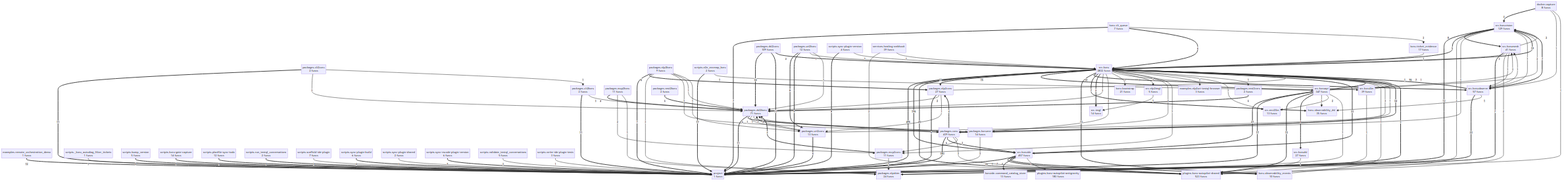
This is project/compact_flow.png from semcod/koru, a Mermaid export, as it was before one commit. Its source is kept beside it as project/compact_flow.mmd.
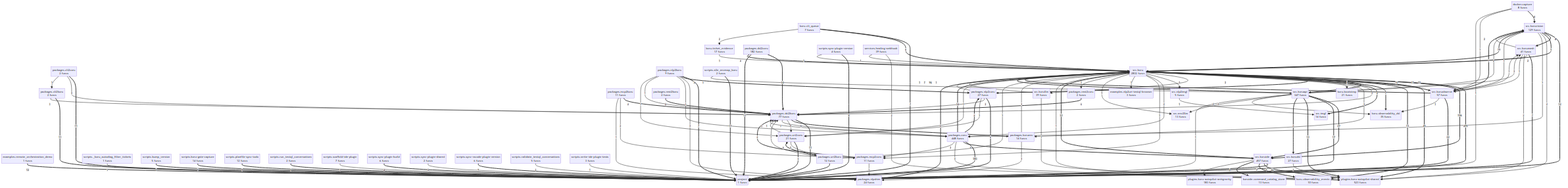
Later version of the same file.

Diff of the diagram source:
```diff
@@ -10,9 +10,9 @@
     koruide__command_catalog_store["koruide.command_catalog_store<br/>13 funcs"]
     packages__cli2coru["packages.cli2coru<br/>2 funcs"]
     packages__cli2koru["packages.cli2koru<br/>2 funcs"]
-    packages__coru["packages.coru<br/>439 funcs"]
-    packages__dsl2coru["packages.dsl2coru<br/>109 funcs"]
-    packages__dsl2koru["packages.dsl2koru<br/>71 funcs"]
+    packages__coru["packages.coru<br/>448 funcs"]
+    packages__dsl2coru["packages.dsl2coru<br/>182 funcs"]
+    packages__dsl2koru["packages.dsl2koru<br/>77 funcs"]
     packages__koruenv["packages.koruenv<br/>14 funcs"]
     packages__mcp2coru["packages.mcp2coru<br/>11 funcs"]
     packages__mcp2koru["packages.mcp2koru<br/>11 funcs"]
@@ -21,7 +21,7 @@
     packages__nlpshim["packages.nlpshim<br/>24 funcs"]
     packages__rest2coru["packages.rest2coru<br/>2 funcs"]
     packages__rest2koru["packages.rest2koru<br/>2 funcs"]
-    packages__uri2coru["packages.uri2coru<br/>13 funcs"]
+    packages__uri2coru["packages.uri2coru<br/>21 funcs"]
     packages__uri2koru["packages.uri2koru<br/>12 funcs"]
     plugins__koru_autopilot_antigravity["plugins.koru-autopilot-antigravity<br/>183 funcs"]
     plugins__koru_autopilot_shared["plugins.koru-autopilot-shared<br/>523 funcs"]
@@ -79,7 +79,6 @@
     src__koruide ==>|9| plugins__koru_autopilot_shared
     scripts__planfile_sync_todo ==>|9| project
     scripts__sync_vscode_plugin_version ==>|9| project
-    packages__uri2koru ==>|8| packages__uri2coru
     src__koruvision ==>|8| src__korumesh
     scripts__sync_plugin_version ==>|8| project
     packages__nlp2koru ==>|7| project
@@ -93,6 +92,7 @@
     packages__uri2coru ==>|6| project
     packages__nlpshim ==>|6| src__koru
     packages__uri2koru ==>|6| project
+    packages__uri2koru ==>|6| packages__uri2coru
     packages__nlp2coru ==>|6| project
     packages__coru ==>|6| src__koruide
     packages__rest2coru ==>|6| packages__dsl2koru
@@ -130,6 +130,7 @@
     scripts__sync_plugin_shared -->|3| project
     scripts__scaffold_ide_plugin -->|3| project
     scripts__validate_testql_conversations -->|3| project
+    packages__uri2coru -->|2| packages__uri2koru
     packages__mcp2koru -->|2| packages__mcp2coru
     packages__nlp2coru -->|2| packages__dsl2koru
     services__healing_webhook -->|2| plugins__koru_autopilot_shared
@@ -143,7 +144,6 @@
     src__koru -->|2| packages__coru
     packages__dsl2koru -->|1| packages__uri2coru
     packages__dsl2koru -->|1| packages__coru
-    packages__uri2coru -->|1| src__koru
     packages__uri2coru -->|1| packages__dsl2koru
     packages__mcp2coru -->|1| packages__nlpshim
     packages__cli2coru -->|1| packages__cli2koru
@@ -179,3 +179,4 @@
     scripts__sync_plugin_version -->|1| src__koru
     scripts___koru_autodiag_filter_tickets -->|1| project
     scripts__e2e_envmap_koru -->|1| src__koruapi
+    packages__uri2coru -->|1| src__koru
```
